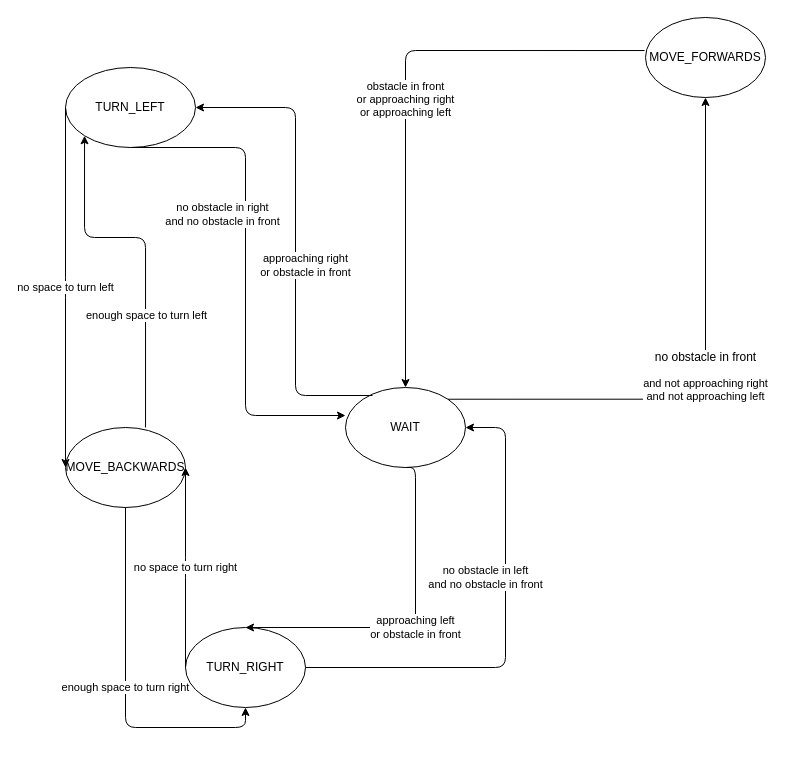
Before: collision_avoidance_state_diagram.drawio in vytasgavelis/360ai, a draw.io diagram. Source tidied: cells renumbered, new cells numbered last; positions are measured from the earlier drawing's top-left corner, leaving out a move shared by most shapes. Both pictures are drawn from the tidied source at 100%, with x=0, y=0 at pixel (65, 17).
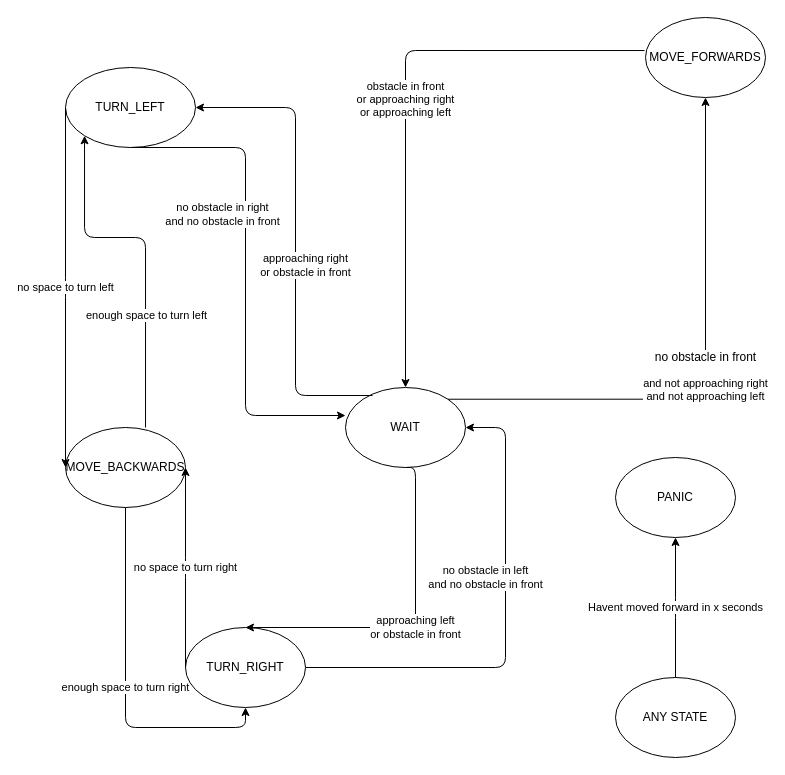
The same page after the edit.

Commit message (it also covers changes not shown here):
Implemented panic state.

Diff of the diagram source:
```diff
@@
+    <mxCell id="19" value="PANIC" style="ellipse;whiteSpace=wrap;html=1;" parent="1" vertex="1">
+      <mxGeometry x="550" y="440" width="120" height="80" as="geometry" />
+    </mxCell>
+    <mxCell id="20" value="ANY STATE" style="ellipse;whiteSpace=wrap;html=1;" parent="1" vertex="1">
+      <mxGeometry x="550" y="660" width="120" height="80" as="geometry" />
+    </mxCell>
+    <mxCell id="21" value="Havent moved forward in x seconds" style="edgeStyle=elbowEdgeStyle;elbow=vertical;endArrow=classic;html=1;exitX=0.5;exitY=0;exitDx=0;exitDy=0;entryX=0.5;entryY=1;entryDx=0;entryDy=0;" parent="1" edge="1" source="20" target="19">
+      <mxGeometry relative="1" as="geometry" />
+    </mxCell>
```
